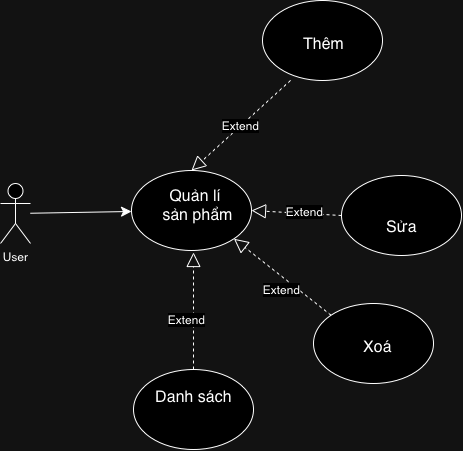
HoaThanhZai/-n keeps this draw.io diagram as Use case qlsp.drawio.png. Above is the earlier version. Source tidied: cells renumbered, new cells last; positions are measured from the earlier drawing's top-left corner, leaving out a move shared by most shapes.
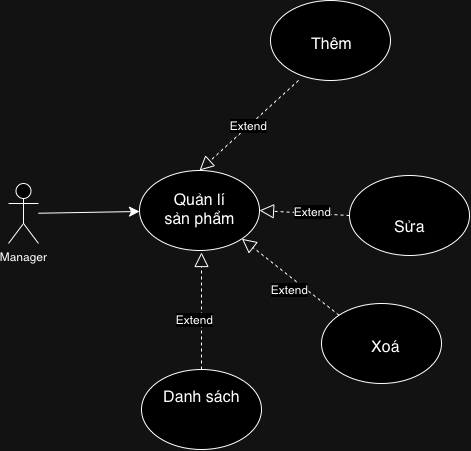
Later version of the same file.

Diff of the diagram source:
```diff
@@ -5,7 +5,7 @@
     <mxCell id="2" style="edgeStyle=none;curved=1;rounded=0;jettySize=auto;html=1;fontSize=12;startSize=8;endSize=8;" parent="1" edge="1" source="3" target="5">
       <mxGeometry relative="1" as="geometry" />
     </mxCell>
-    <mxCell id="3" value="User" style="shape=umlActor;verticalLabelPosition=bottom;verticalAlign=top;html=1;outlineConnect=0;" parent="1" vertex="1">
+    <mxCell id="3" value="Manager" style="shape=umlActor;verticalLabelPosition=bottom;verticalAlign=top;html=1;outlineConnect=0;" parent="1" vertex="1">
       <mxGeometry y="183" width="30" height="60" as="geometry" />
     </mxCell>
     <mxCell id="4" style="ellipse;whiteSpace=wrap;html=1;" parent="1" vertex="1">
@@ -35,8 +35,8 @@
     <mxCell id="12" value="Danh sách" style="text;html=1;align=center;verticalAlign=middle;strokeColor=none;fillColor=none;fontSize=16;" parent="1" vertex="1">
       <mxGeometry x="145.5" y="380" width="95" height="31" as="geometry" />
     </mxCell>
-    <mxCell id="13" value="Quản lí&amp;nbsp;&lt;div&gt;sản phẩm&lt;/div&gt;" style="text;html=1;align=center;verticalAlign=middle;strokeColor=none;fillColor=none;fontSize=16;" parent="1" vertex="1">
-      <mxGeometry x="153" y="179" width="88" height="50" as="geometry" />
+    <mxCell id="13" value="Quản lí&lt;div&gt;sản phẩm&lt;/div&gt;" style="text;html=1;align=center;verticalAlign=middle;strokeColor=none;fillColor=none;fontSize=16;" parent="1" vertex="1">
+      <mxGeometry x="146.5" y="183" width="88" height="50" as="geometry" />
     </mxCell>
     <mxCell id="14" style="endArrow=block;dashed=1;endFill=0;endSize=12;html=1;rounded=0;fontSize=12;curved=1;exitX=0;exitY=0.5;exitDx=0;exitDy=0;entryX=1;entryY=0.5;entryDx=0;entryDy=0;" parent="1" edge="1" source="7" target="5">
       <mxGeometry relative="1" as="geometry" />
```
